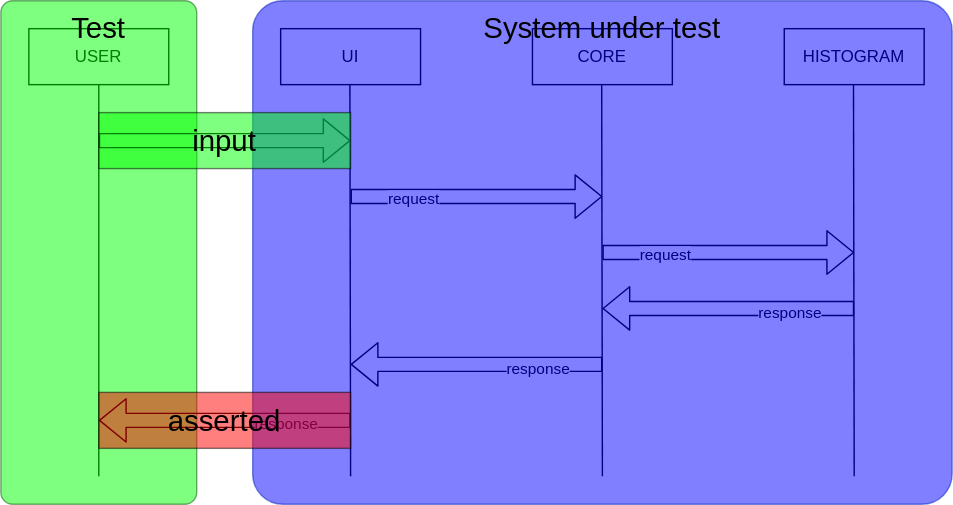
The draw.io diagram doc/src/main/markdown/example/coverage/integration.drawio.svg in Mastercard/flow, before a commit. Source tidied: cells renumbered, new cells last; positions are measured from the earlier drawing's top-left corner, leaving out a move shared by most shapes. Source of this version:
```xml
<mxGraphModel>
  <root>
    <mxCell id="0" />
    <mxCell id="1" parent="0" />
    <mxCell id="2" style="endArrow=none;html=1;entryX=0.5;entryY=1;entryDx=0;entryDy=0;" parent="1" edge="1" target="3">
      <mxGeometry relative="1" as="geometry">
        <mxPoint x="70" y="340" as="sourcePoint" />
      </mxGeometry>
    </mxCell>
    <mxCell id="3" value="USER" style="rounded=0;whiteSpace=wrap;html=1;" parent="1" vertex="1">
      <mxGeometry x="20" y="20" width="100" height="40" as="geometry" />
    </mxCell>
    <mxCell id="4" value="&lt;font style=&quot;font-size: 21px;&quot;&gt;Test&lt;/font&gt;" style="rounded=1;whiteSpace=wrap;html=1;fillColor=#00FF00;fontColor=#000000;strokeColor=#005700;opacity=50;glass=0;shadow=0;imageVerticalAlign=middle;absoluteArcSize=0;arcSize=6;verticalAlign=top;" parent="1" vertex="1">
      <mxGeometry width="140" height="360" as="geometry" />
    </mxCell>
    <mxCell id="5" value="UI" style="rounded=0;whiteSpace=wrap;html=1;" parent="1" vertex="1">
      <mxGeometry x="200" y="20" width="100" height="40" as="geometry" />
    </mxCell>
    <mxCell id="6" value="CORE" style="rounded=0;whiteSpace=wrap;html=1;" parent="1" vertex="1">
      <mxGeometry x="380" y="20" width="100" height="40" as="geometry" />
    </mxCell>
    <mxCell id="7" value="HISTOGRAM" style="rounded=0;whiteSpace=wrap;html=1;" parent="1" vertex="1">
      <mxGeometry x="560" y="20" width="100" height="40" as="geometry" />
    </mxCell>
    <mxCell id="8" style="endArrow=none;html=1;entryX=0.5;entryY=1;entryDx=0;entryDy=0;" parent="1" edge="1">
      <mxGeometry relative="1" as="geometry">
        <mxPoint x="250" y="340" as="sourcePoint" />
        <mxPoint x="249.5" y="60" as="targetPoint" />
      </mxGeometry>
    </mxCell>
    <mxCell id="9" style="endArrow=none;html=1;entryX=0.5;entryY=1;entryDx=0;entryDy=0;" parent="1" edge="1">
      <mxGeometry relative="1" as="geometry">
        <mxPoint x="430" y="340" as="sourcePoint" />
        <mxPoint x="429.5" y="60" as="targetPoint" />
      </mxGeometry>
    </mxCell>
    <mxCell id="10" style="endArrow=none;html=1;entryX=0.5;entryY=1;entryDx=0;entryDy=0;" parent="1" edge="1">
      <mxGeometry relative="1" as="geometry">
        <mxPoint x="610" y="340" as="sourcePoint" />
        <mxPoint x="609.5" y="60" as="targetPoint" />
      </mxGeometry>
    </mxCell>
    <mxCell id="11" style="shape=flexArrow;endArrow=classic;html=1;" parent="1" edge="1">
      <mxGeometry relative="1" as="geometry">
        <mxPoint x="70" y="100" as="sourcePoint" />
        <mxPoint x="250" y="100" as="targetPoint" />
      </mxGeometry>
    </mxCell>
    <mxCell id="12" style="shape=flexArrow;endArrow=classic;html=1;" parent="1" edge="1">
      <mxGeometry relative="1" as="geometry">
        <mxPoint x="250" y="300" as="sourcePoint" />
        <mxPoint x="70" y="300" as="targetPoint" />
      </mxGeometry>
    </mxCell>
    <mxCell id="13" value="response" style="edgeLabel;html=1;align=center;verticalAlign=middle;" parent="12" vertex="1">
      <mxGeometry x="-0.48" y="2" relative="1" as="geometry" />
    </mxCell>
    <mxCell id="14" style="shape=flexArrow;endArrow=classic;html=1;" parent="1" edge="1">
      <mxGeometry relative="1" as="geometry">
        <mxPoint x="250" y="140" as="sourcePoint" />
        <mxPoint x="430" y="140" as="targetPoint" />
      </mxGeometry>
    </mxCell>
    <mxCell id="15" value="request" style="edgeLabel;html=1;align=center;verticalAlign=middle;" parent="14" vertex="1">
      <mxGeometry x="-0.51" y="-1" relative="1" as="geometry" />
    </mxCell>
    <mxCell id="16" style="shape=flexArrow;endArrow=classic;html=1;" parent="1" edge="1">
      <mxGeometry relative="1" as="geometry">
        <mxPoint x="430" y="180" as="sourcePoint" />
        <mxPoint x="610" y="180" as="targetPoint" />
      </mxGeometry>
    </mxCell>
    <mxCell id="17" value="request" style="edgeLabel;html=1;align=center;verticalAlign=middle;" parent="16" vertex="1">
      <mxGeometry x="-0.51" y="-1" relative="1" as="geometry" />
    </mxCell>
    <mxCell id="18" style="shape=flexArrow;endArrow=classic;html=1;" parent="1" edge="1">
      <mxGeometry relative="1" as="geometry">
        <mxPoint x="430" y="260" as="sourcePoint" />
        <mxPoint x="250" y="260" as="targetPoint" />
      </mxGeometry>
    </mxCell>
    <mxCell id="19" value="response" style="edgeLabel;html=1;align=center;verticalAlign=middle;" parent="18" vertex="1">
      <mxGeometry x="-0.48" y="2" relative="1" as="geometry" />
    </mxCell>
    <mxCell id="20" style="shape=flexArrow;endArrow=classic;html=1;" parent="1" edge="1">
      <mxGeometry relative="1" as="geometry">
        <mxPoint x="610" y="220" as="sourcePoint" />
        <mxPoint x="430" y="220" as="targetPoint" />
      </mxGeometry>
    </mxCell>
    <mxCell id="21" value="response" style="edgeLabel;html=1;align=center;verticalAlign=middle;" parent="20" vertex="1">
      <mxGeometry x="-0.48" y="2" relative="1" as="geometry" />
    </mxCell>
    <mxCell id="22" value="&lt;font style=&quot;font-size: 21px;&quot;&gt;System under test&lt;/font&gt;" style="rounded=1;whiteSpace=wrap;html=1;fillColor=#0000FF;fontColor=#000000;strokeColor=#001DBC;opacity=50;glass=0;shadow=0;imageVerticalAlign=middle;absoluteArcSize=0;arcSize=6;verticalAlign=top;" parent="1" vertex="1">
      <mxGeometry x="180" width="500" height="360" as="geometry" />
    </mxCell>
    <mxCell id="23" value="input" style="rounded=0;whiteSpace=wrap;html=1;fontSize=21;opacity=50;fillColor=#00FF00;fontColor=#000000;" parent="1" vertex="1">
      <mxGeometry x="70" y="80" width="180" height="40" as="geometry" />
    </mxCell>
    <mxCell id="24" value="asserted" style="rounded=0;whiteSpace=wrap;html=1;fontSize=21;opacity=50;fillColor=#FF0000;fontColor=#000000;" parent="1" vertex="1">
      <mxGeometry x="70" y="280" width="180" height="40" as="geometry" />
    </mxCell>
  </root>
</mxGraphModel>
```
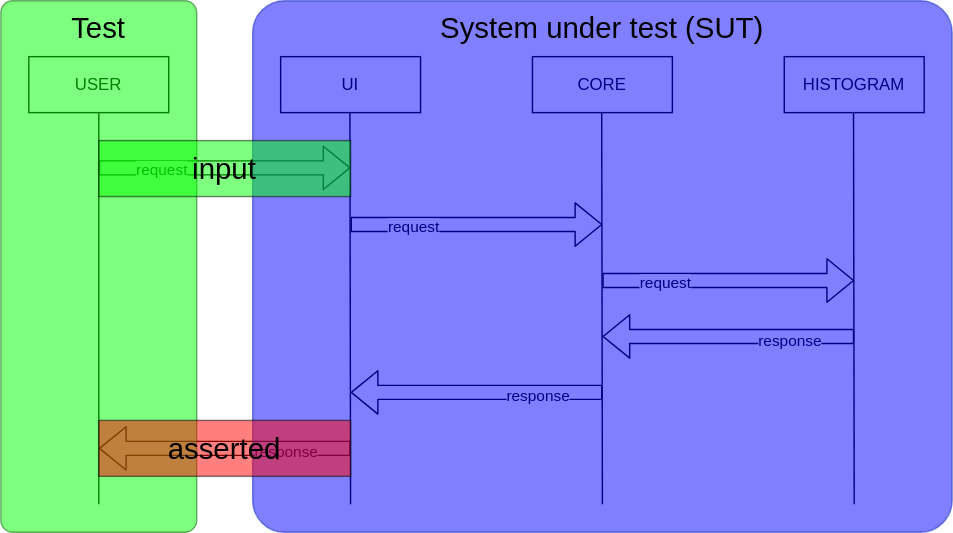
After the commit.

What changed in the source:
```diff
@@ -2,24 +2,30 @@
   <root>
     <mxCell id="0" />
     <mxCell id="1" parent="0" />
+    <mxCell id="25" style="shape=flexArrow;endArrow=classic;html=1;" parent="1" edge="1">
+      <mxGeometry relative="1" as="geometry">
+        <mxPoint x="70" y="99.5" as="sourcePoint" />
+        <mxPoint x="250" y="99.5" as="targetPoint" />
+      </mxGeometry>
+    </mxCell>
+    <mxCell id="26" value="request" style="edgeLabel;html=1;align=center;verticalAlign=middle;" parent="25" vertex="1">
+      <mxGeometry x="-0.51" y="-1" relative="1" as="geometry" />
+    </mxCell>
     <mxCell id="2" style="endArrow=none;html=1;entryX=0.5;entryY=1;entryDx=0;entryDy=0;" parent="1" edge="1" target="3">
       <mxGeometry relative="1" as="geometry">
         <mxPoint x="70" y="340" as="sourcePoint" />
       </mxGeometry>
     </mxCell>
-    <mxCell id="3" value="USER" style="rounded=0;whiteSpace=wrap;html=1;" parent="1" vertex="1">
+    <mxCell id="3" value="USER" style="rounded=0;whiteSpace=wrap;html=1;fillColor=none;" parent="1" vertex="1">
       <mxGeometry x="20" y="20" width="100" height="40" as="geometry" />
     </mxCell>
-    <mxCell id="4" value="&lt;font style=&quot;font-size: 21px;&quot;&gt;Test&lt;/font&gt;" style="rounded=1;whiteSpace=wrap;html=1;fillColor=#00FF00;fontColor=#000000;strokeColor=#005700;opacity=50;glass=0;shadow=0;imageVerticalAlign=middle;absoluteArcSize=0;arcSize=6;verticalAlign=top;" parent="1" vertex="1">
-      <mxGeometry width="140" height="360" as="geometry" />
-    </mxCell>
-    <mxCell id="5" value="UI" style="rounded=0;whiteSpace=wrap;html=1;" parent="1" vertex="1">
+    <mxCell id="5" value="UI" style="rounded=0;whiteSpace=wrap;html=1;fillColor=none;" parent="1" vertex="1">
       <mxGeometry x="200" y="20" width="100" height="40" as="geometry" />
     </mxCell>
-    <mxCell id="6" value="CORE" style="rounded=0;whiteSpace=wrap;html=1;" parent="1" vertex="1">
+    <mxCell id="6" value="CORE" style="rounded=0;whiteSpace=wrap;html=1;fillColor=none;" parent="1" vertex="1">
       <mxGeometry x="380" y="20" width="100" height="40" as="geometry" />
     </mxCell>
-    <mxCell id="7" value="HISTOGRAM" style="rounded=0;whiteSpace=wrap;html=1;" parent="1" vertex="1">
+    <mxCell id="7" value="HISTOGRAM" style="rounded=0;whiteSpace=wrap;html=1;fillColor=none;" parent="1" vertex="1">
       <mxGeometry x="560" y="20" width="100" height="40" as="geometry" />
     </mxCell>
     <mxCell id="8" style="endArrow=none;html=1;entryX=0.5;entryY=1;entryDx=0;entryDy=0;" parent="1" edge="1">
@@ -40,12 +46,6 @@
         <mxPoint x="609.5" y="60" as="targetPoint" />
       </mxGeometry>
     </mxCell>
-    <mxCell id="11" style="shape=flexArrow;endArrow=classic;html=1;" parent="1" edge="1">
-      <mxGeometry relative="1" as="geometry">
-        <mxPoint x="70" y="100" as="sourcePoint" />
-        <mxPoint x="250" y="100" as="targetPoint" />
-      </mxGeometry>
-    </mxCell>
     <mxCell id="12" style="shape=flexArrow;endArrow=classic;html=1;" parent="1" edge="1">
       <mxGeometry relative="1" as="geometry">
         <mxPoint x="250" y="300" as="sourcePoint" />
@@ -91,8 +91,11 @@
     <mxCell id="21" value="response" style="edgeLabel;html=1;align=center;verticalAlign=middle;" parent="20" vertex="1">
       <mxGeometry x="-0.48" y="2" relative="1" as="geometry" />
     </mxCell>
+    <mxCell id="4" value="&lt;font style=&quot;font-size: 21px;&quot;&gt;Test&lt;/font&gt;" style="rounded=1;whiteSpace=wrap;html=1;fillColor=#00FF00;fontColor=#000000;strokeColor=#005700;opacity=50;glass=0;shadow=0;imageVerticalAlign=middle;absoluteArcSize=0;arcSize=6;verticalAlign=top;" parent="1" vertex="1">
+      <mxGeometry y="-20" width="140" height="380" as="geometry" />
+    </mxCell>
-    <mxCell id="22" value="&lt;font style=&quot;font-size: 21px;&quot;&gt;System under test&lt;/font&gt;" style="rounded=1;whiteSpace=wrap;html=1;fillColor=#0000FF;fontColor=#000000;strokeColor=#001DBC;opacity=50;glass=0;shadow=0;imageVerticalAlign=middle;absoluteArcSize=0;arcSize=6;verticalAlign=top;" parent="1" vertex="1">
-      <mxGeometry x="180" width="500" height="360" as="geometry" />
+    <mxCell id="22" value="&lt;font style=&quot;font-size: 21px;&quot;&gt;System under test (SUT)&lt;/font&gt;" style="rounded=1;whiteSpace=wrap;html=1;fillColor=#0000FF;fontColor=#000000;strokeColor=#001DBC;opacity=50;glass=0;shadow=0;imageVerticalAlign=middle;absoluteArcSize=0;arcSize=6;verticalAlign=top;" parent="1" vertex="1">
+      <mxGeometry x="180" y="-20" width="500" height="380" as="geometry" />
     </mxCell>
     <mxCell id="23" value="input" style="rounded=0;whiteSpace=wrap;html=1;fontSize=21;opacity=50;fillColor=#00FF00;fontColor=#000000;" parent="1" vertex="1">
       <mxGeometry x="70" y="80" width="180" height="40" as="geometry" />
```
